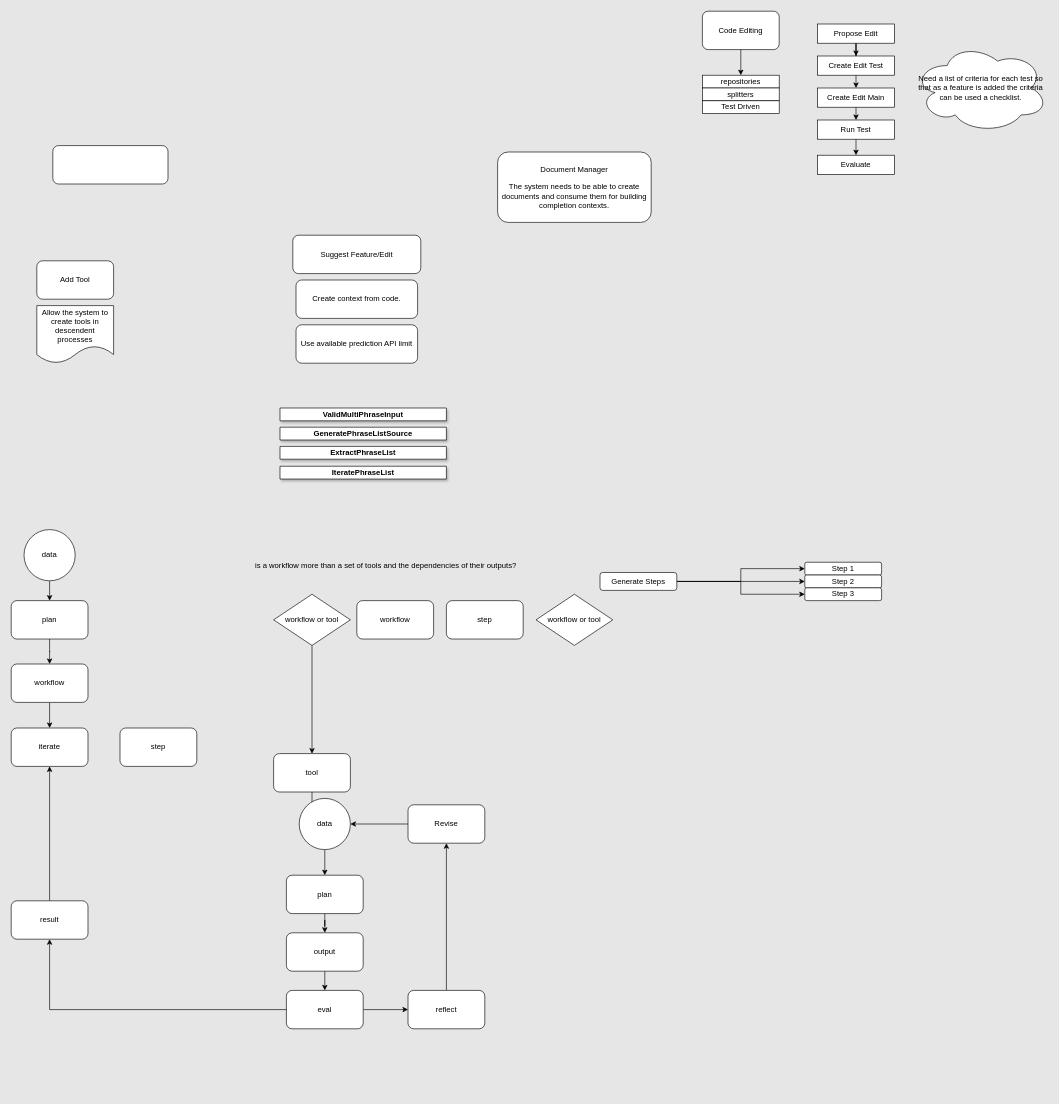
This is hero.drawio from fuck-fascism/rogue-one, a draw.io file, before an edit. Source tidied: cells renumbered, new cells numbered last; positions are measured from the earlier drawing's top-left corner, leaving out a move shared by most shapes. Both pictures are drawn from the tidied source at 64%, with x=0, y=0 at pixel (11, 11).
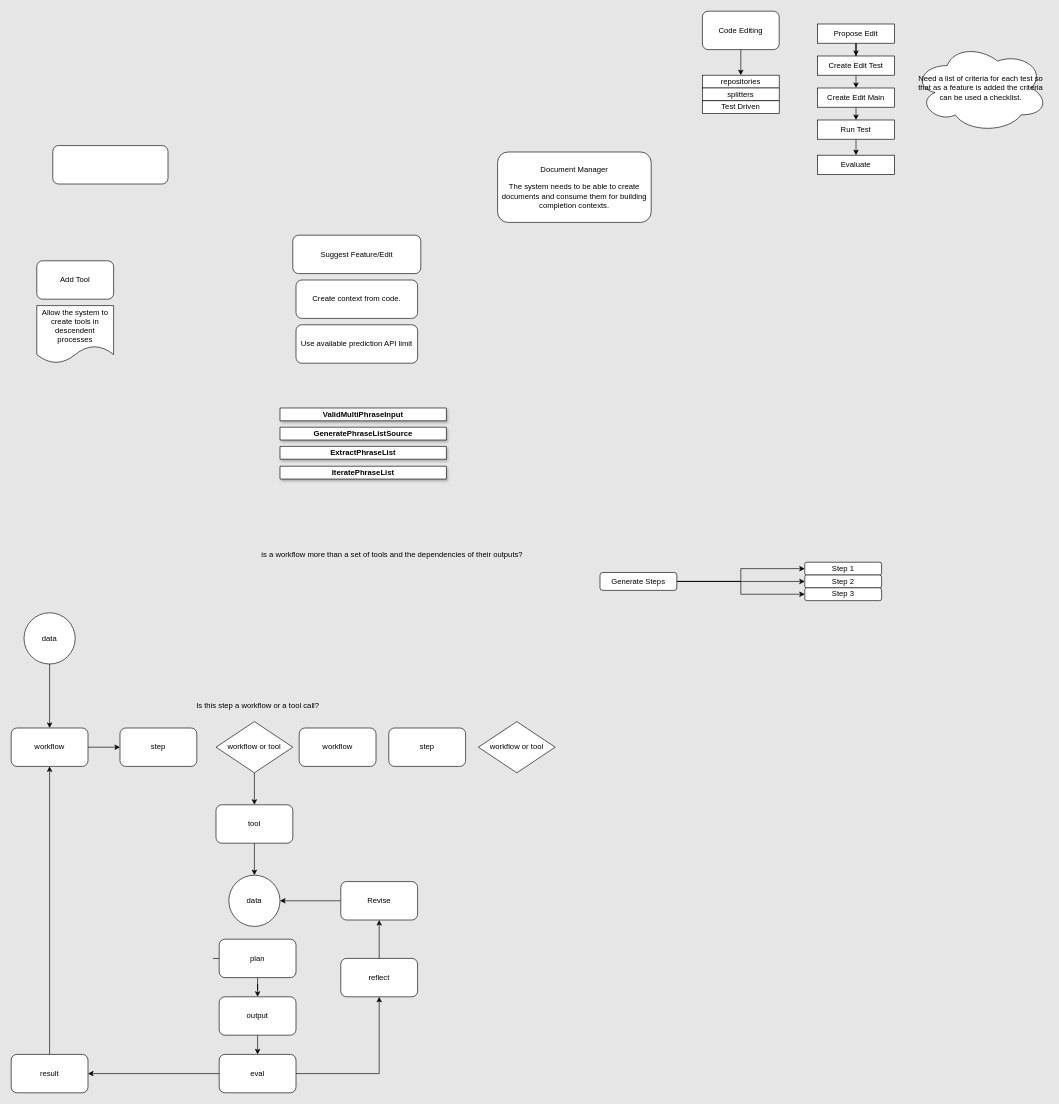
The same diagram, later.

The change refers to these unchanged cells:
```xml
<mxCell id="59" value="step" style="rounded=1;whiteSpace=wrap;html=1;" parent="1" vertex="1">
  <mxGeometry x="170" y="1120" width="120" height="60" as="geometry" />
</mxCell>
```

Diff of the diagram source:
```diff
@@
-    <mxCell id="35" style="edgeStyle=orthogonalEdgeStyle;rounded=0;jettySize=auto;html=1;exitX=0.5;exitY=1;exitDx=0;exitDy=0;entryX=0.5;entryY=0;entryDx=0;entryDy=0;" parent="1" edge="1" source="36" target="38">
+    <mxCell id="35" style="edgeStyle=orthogonalEdgeStyle;rounded=0;jettySize=auto;html=1;exitX=0.5;exitY=1;exitDx=0;exitDy=0;" parent="1" edge="1" source="36" target="65">
       <mxGeometry relative="1" as="geometry" />
     </mxCell>
     <mxCell id="36" value="data" style="ellipse;whiteSpace=wrap;html=1;" parent="1" vertex="1">
-      <mxGeometry x="20" y="810" width="80" height="80" as="geometry" />
+      <mxGeometry x="20" y="940" width="80" height="80" as="geometry" />
     </mxCell>
@@
-    <mxCell id="38" value="plan" style="rounded=1;whiteSpace=wrap;html=1;" parent="1" vertex="1">
-      <mxGeometry y="921" width="120" height="60" as="geometry" />
-    </mxCell>
@@
     <mxCell id="40" value="tool" style="rounded=1;whiteSpace=wrap;html=1;" parent="1" vertex="1">
-      <mxGeometry x="410" y="1160" width="120" height="60" as="geometry" />
+      <mxGeometry x="320" y="1240" width="120" height="60" as="geometry" />
     </mxCell>
@@
-    <mxCell id="42" style="edgeStyle=orthogonalEdgeStyle;rounded=0;jettySize=auto;html=1;exitX=1;exitY=0.5;exitDx=0;exitDy=0;entryX=0;entryY=0.5;entryDx=0;entryDy=0;" parent="1" edge="1" source="44" target="57">
+    <mxCell id="42" style="edgeStyle=orthogonalEdgeStyle;rounded=0;jettySize=auto;html=1;" parent="1" edge="1" source="44" target="57">
       <mxGeometry relative="1" as="geometry" />
     </mxCell>
@@
     <mxCell id="44" value="eval" style="rounded=1;whiteSpace=wrap;html=1;" parent="1" vertex="1">
-      <mxGeometry x="430" y="1530" width="120" height="60" as="geometry" />
+      <mxGeometry x="325" y="1630" width="120" height="60" as="geometry" />
     </mxCell>
@@
     <mxCell id="46" value="Revise" style="rounded=1;whiteSpace=wrap;html=1;" parent="1" vertex="1">
-      <mxGeometry x="620" y="1240" width="120" height="60" as="geometry" />
+      <mxGeometry x="515" y="1360" width="120" height="60" as="geometry" />
     </mxCell>
-    <mxCell id="47" style="edgeStyle=orthogonalEdgeStyle;rounded=0;jettySize=auto;html=1;" parent="1" edge="1" source="65" target="49">
-      <mxGeometry relative="1" as="geometry" />
-    </mxCell>
@@
-    <mxCell id="49" value="iterate" style="rounded=1;whiteSpace=wrap;html=1;" parent="1" vertex="1">
-      <mxGeometry y="1120" width="120" height="60" as="geometry" />
-    </mxCell>
     <mxCell id="50" value="output" style="rounded=1;whiteSpace=wrap;html=1;" parent="1" vertex="1">
-      <mxGeometry x="430" y="1440" width="120" height="60" as="geometry" />
+      <mxGeometry x="325" y="1540" width="120" height="60" as="geometry" />
     </mxCell>
-    <mxCell id="51" style="edgeStyle=orthogonalEdgeStyle;rounded=0;jettySize=auto;html=1;" parent="1" edge="1" source="52" target="54">
-      <mxGeometry relative="1" as="geometry" />
+    <mxCell id="51" style="edgeStyle=orthogonalEdgeStyle;rounded=0;jettySize=auto;html=1;" parent="1" edge="1" target="54">
+      <mxGeometry relative="1" as="geometry">
+        <mxPoint x="315" y="1480" as="sourcePoint" />
+      </mxGeometry>
     </mxCell>
     <mxCell id="52" value="data" style="ellipse;whiteSpace=wrap;html=1;" parent="1" vertex="1">
-      <mxGeometry x="450" y="1230" width="80" height="80" as="geometry" />
+      <mxGeometry x="340" y="1350" width="80" height="80" as="geometry" />
     </mxCell>
@@
     <mxCell id="54" value="plan" style="rounded=1;whiteSpace=wrap;html=1;" parent="1" vertex="1">
-      <mxGeometry x="430" y="1350" width="120" height="60" as="geometry" />
+      <mxGeometry x="325" y="1450" width="120" height="60" as="geometry" />
     </mxCell>
-    <mxCell id="55" style="edgeStyle=orthogonalEdgeStyle;rounded=0;jettySize=auto;html=1;exitX=0.5;exitY=0;exitDx=0;exitDy=0;" parent="1" edge="1" source="56" target="49">
+    <mxCell id="55" style="edgeStyle=orthogonalEdgeStyle;rounded=0;jettySize=auto;html=1;exitX=0.5;exitY=0;exitDx=0;exitDy=0;" parent="1" edge="1" source="56" target="65">
       <mxGeometry relative="1" as="geometry" />
     </mxCell>
     <mxCell id="56" value="result" style="rounded=1;whiteSpace=wrap;html=1;" parent="1" vertex="1">
-      <mxGeometry y="1390" width="120" height="60" as="geometry" />
+      <mxGeometry y="1630" width="120" height="60" as="geometry" />
     </mxCell>
     <mxCell id="57" value="reflect" style="rounded=1;whiteSpace=wrap;html=1;" parent="1" vertex="1">
-      <mxGeometry x="620" y="1530" width="120" height="60" as="geometry" />
+      <mxGeometry x="515" y="1480" width="120" height="60" as="geometry" />
     </mxCell>
     <mxCell id="58" value="is a workflow more than a set of tools and the dependencies of their outputs?" style="text;html=1;align=center;verticalAlign=middle;strokeColor=none;fillColor=none;" parent="1" vertex="1">
-      <mxGeometry x="370" y="851" width="430" height="30" as="geometry" />
+      <mxGeometry x="380" y="835" width="430" height="30" as="geometry" />
     </mxCell>
@@
     <mxCell id="60" value="workflow or tool" style="rhombus;whiteSpace=wrap;html=1;" parent="1" vertex="1">
-      <mxGeometry x="410" y="911" width="120" height="80" as="geometry" />
+      <mxGeometry x="320" y="1110" width="120" height="80" as="geometry" />
     </mxCell>
     <mxCell id="61" value="workflow" style="rounded=1;whiteSpace=wrap;html=1;" parent="1" vertex="1">
-      <mxGeometry x="540" y="921" width="120" height="60" as="geometry" />
+      <mxGeometry x="450" y="1120" width="120" height="60" as="geometry" />
     </mxCell>
     <mxCell id="62" value="workflow or tool" style="rhombus;whiteSpace=wrap;html=1;" parent="1" vertex="1">
-      <mxGeometry x="820" y="911" width="120" height="80" as="geometry" />
+      <mxGeometry x="730" y="1110" width="120" height="80" as="geometry" />
     </mxCell>
     <mxCell id="63" value="step" style="rounded=1;whiteSpace=wrap;html=1;" parent="1" vertex="1">
-      <mxGeometry x="680" y="921" width="120" height="60" as="geometry" />
+      <mxGeometry x="590" y="1120" width="120" height="60" as="geometry" />
     </mxCell>
-    <mxCell id="64" style="edgeStyle=orthogonalEdgeStyle;rounded=0;jettySize=auto;html=1;" parent="1" edge="1" source="38" target="65">
-      <mxGeometry relative="1" as="geometry" />
-    </mxCell>
+    <mxCell id="66" style="edgeStyle=orthogonalEdgeStyle;rounded=0;jettySize=auto;html=1;" parent="1" edge="1" source="65" target="59">
+      <mxGeometry relative="1" as="geometry" />
+    </mxCell>
     <mxCell id="65" value="workflow" style="rounded=1;whiteSpace=wrap;html=1;" parent="1" vertex="1">
-      <mxGeometry y="1020" width="120" height="60" as="geometry" />
+      <mxGeometry y="1120" width="120" height="60" as="geometry" />
     </mxCell>
+    <mxCell id="67" value="Is this step a workflow or a tool call?" style="text;html=1;align=center;verticalAlign=middle;strokeColor=none;fillColor=none;" parent="1" vertex="1">
+      <mxGeometry x="275" y="1070" width="220" height="30" as="geometry" />
+    </mxCell>
```
